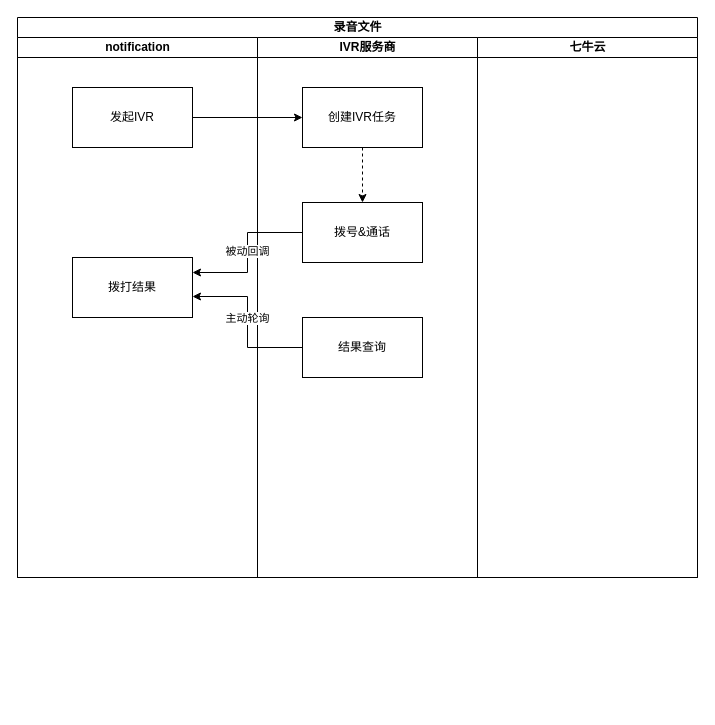
Before: notif-录音文件下载.drawio in ABIN-DS/flowchart, a draw.io diagram. Source tidied: cells renumbered, new cells numbered last; positions are measured from the earlier drawing's top-left corner, leaving out a move shared by most shapes. Both pictures are drawn from the tidied source at 100%, with x=0, y=0 at pixel (17, 17).
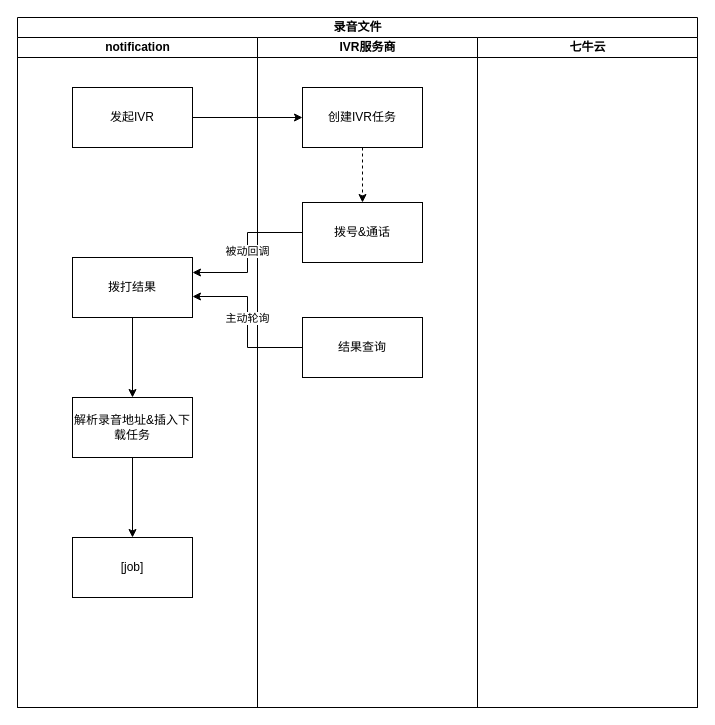
The same diagram, later.

Commit message (it also covers changes not shown here):
更新notif-录音文件下载.drawio

Unchanged cells that the change refers to:
```xml
<mxCell id="5" value="拨打结果" style="rounded=0;whiteSpace=wrap;html=1;" parent="3" vertex="1">
  <mxGeometry x="55" y="220" width="120" height="60" as="geometry" />
</mxCell>
```

Diff of the diagram source:
```diff
@@
     <mxCell id="2" value="录音文件" style="swimlane;startSize=20;html=1;" parent="1" vertex="1">
-      <mxGeometry width="680" height="560" as="geometry" />
+      <mxGeometry width="680" height="690" as="geometry" />
     </mxCell>
     <mxCell id="3" value="notification" style="swimlane;startSize=20;html=1;" parent="2" vertex="1">
-      <mxGeometry y="20" width="240" height="540" as="geometry" />
+      <mxGeometry y="20" width="240" height="670" as="geometry" />
     </mxCell>
@@
+    <mxCell id="17" style="edgeStyle=orthogonalEdgeStyle;rounded=0;jettySize=auto;html=1;" parent="3" edge="1" source="5" target="19">
+      <mxGeometry relative="1" as="geometry" />
+    </mxCell>
@@
+    <mxCell id="18" style="edgeStyle=orthogonalEdgeStyle;rounded=0;jettySize=auto;html=1;" parent="3" edge="1" source="19" target="20">
+      <mxGeometry relative="1" as="geometry" />
+    </mxCell>
+    <mxCell id="19" value="解析录音地址&amp;amp;插入下载任务" style="rounded=0;whiteSpace=wrap;html=1;" parent="3" vertex="1">
+      <mxGeometry x="55" y="360" width="120" height="60" as="geometry" />
+    </mxCell>
+    <mxCell id="20" value="[job]" style="rounded=0;whiteSpace=wrap;html=1;" parent="3" vertex="1">
+      <mxGeometry x="55" y="500" width="120" height="60" as="geometry" />
+    </mxCell>
     <mxCell id="6" value="IVR服务商" style="swimlane;startSize=20;html=1;" parent="2" vertex="1">
-      <mxGeometry x="240" y="20" width="220" height="540" as="geometry" />
+      <mxGeometry x="240" y="20" width="220" height="670" as="geometry" />
     </mxCell>
@@
     <mxCell id="11" value="七牛云" style="swimlane;startSize=20;html=1;" parent="2" vertex="1">
-      <mxGeometry x="460" y="20" width="220" height="540" as="geometry" />
+      <mxGeometry x="460" y="20" width="220" height="670" as="geometry" />
     </mxCell>
```
